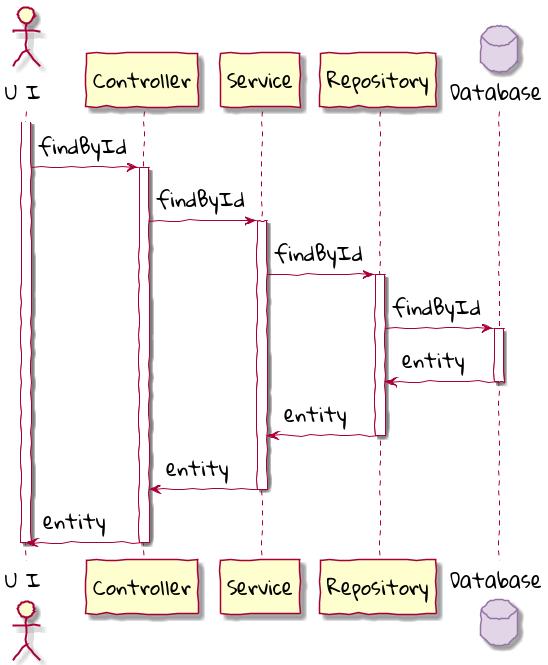
This is images/layer-cake-anti-pattern.png from ddd-book-java/prem-website, a PlantUML export, as it was before one commit.
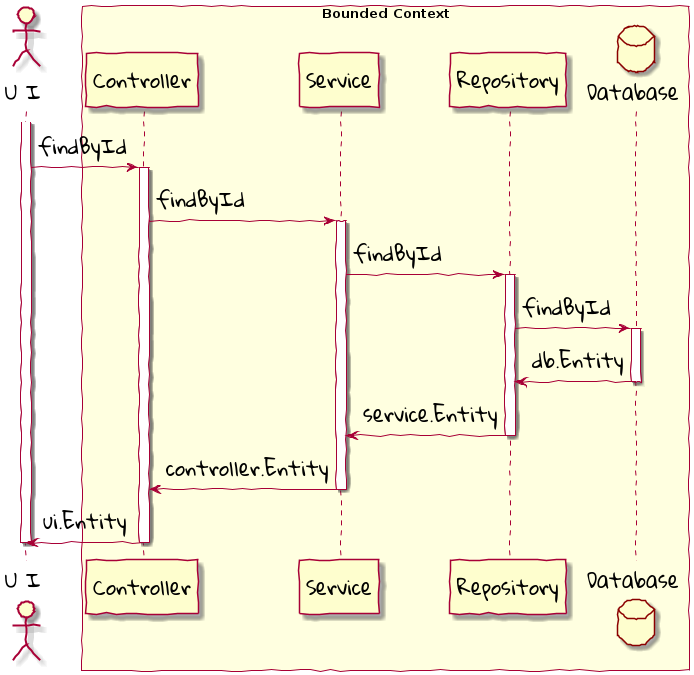
The same diagram one commit later.

Diff of the diagram source:
```diff
@@ -9,19 +9,19 @@
 }
 skinparam DatabaseFontName "Gloria Hallelujah"
 skinparam DatabaseFontSize 20
-skinparam DatabaseBackgroundColor #E1D5E7
-skinparam DatabaseBorderColor #9673A6
+skinparam DatabaseBorderColor darkred
 
 skinparam Participant {
   FontName "Gloria Hallelujah"
   FontSize 20
 }
 actor "U I" as ui
+box "Bounded Context" #LightYellow
 participant Controller as c
 participant Service as s
 participant Repository as r
 database Database as data
-
+end box
 
 activate ui
 ui -> c: findById
@@ -32,13 +32,13 @@
 activate r
 r -> data: findById
 activate data
-data -> r: entity
+data -> r: db.Entity
 deactivate data
-r -> s: entity
+r -> s: service.Entity
 deactivate r
-s -> c: entity
+s -> c: controller.Entity
 deactivate s
-c -> ui: entity
+c -> ui: ui.Entity
 deactivate c
 deactivate ui
 @enduml
```
